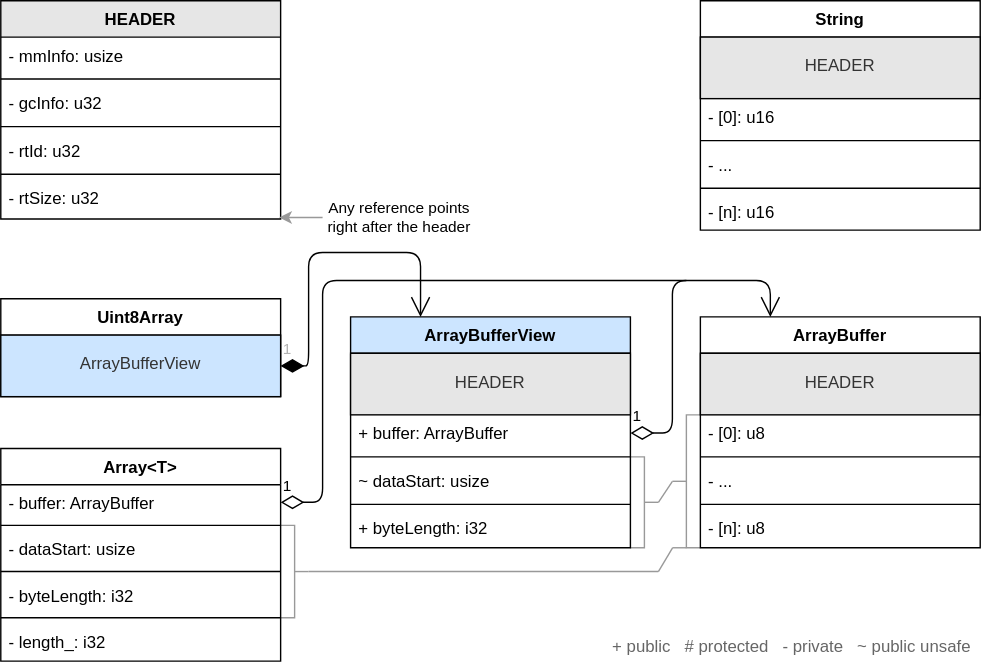
Before: .gitbook/assets/managedobjectlayout.svg, a diagram exported from draw.io (jtpio/AssemblyScript-docs). Source tidied: cells renumbered, new cells last; positions are measured from the earlier drawing's top-left corner, leaving out a move shared by most shapes.
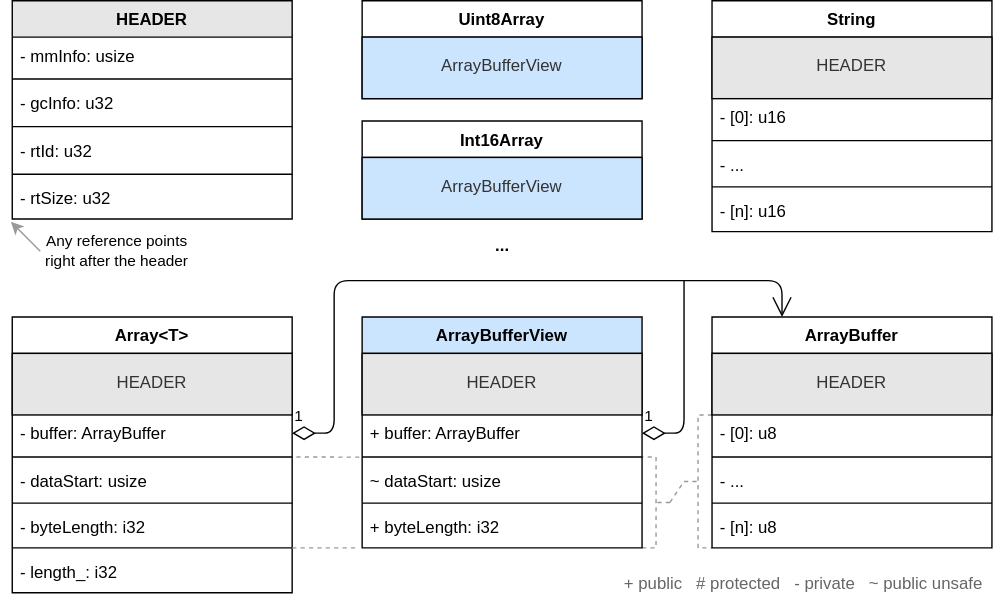
The same diagram one commit later.

Commit message:
Array HEADER

What changed in the source:
```diff
@@ -2,12 +2,11 @@
   <root>
     <mxCell id="0" />
     <mxCell id="1" parent="0" />
-    <mxCell id="2" value="1" style="endArrow=open;html=1;endSize=12;startArrow=diamondThin;startSize=14;startFill=0;edgeStyle=orthogonalEdgeStyle;align=left;verticalAlign=bottom;exitX=1;exitY=0.5;exitDx=0;exitDy=0;entryX=0.25;entryY=0;entryDx=0;entryDy=0;" parent="1" edge="1" source="30" target="35">
+    <mxCell id="2" value="1" style="endArrow=none;html=1;endSize=12;startArrow=diamondThin;startSize=14;startFill=0;edgeStyle=orthogonalEdgeStyle;align=left;verticalAlign=bottom;exitX=1;exitY=0.5;exitDx=0;exitDy=0;endFill=0;" parent="1" edge="1" source="30">
       <mxGeometry x="-1" y="3" relative="1" as="geometry">
+        <mxPoint x="480" y="200" as="targetPoint" />
         <Array as="points">
           <mxPoint x="480" y="309" />
-          <mxPoint x="480" y="200" />
-          <mxPoint x="550" y="200" />
         </Array>
       </mxGeometry>
     </mxCell>
@@ -35,17 +34,8 @@
     <mxCell id="10" value="- rtSize: u32" style="text;strokeColor=none;fillColor=none;align=left;verticalAlign=top;spacingLeft=4;spacingRight=4;overflow=hidden;points=[[0,0.5],[1,0.5]];portConstraint=eastwest;" parent="3" vertex="1">
       <mxGeometry y="128" width="200" height="28" as="geometry" />
     </mxCell>
-    <mxCell id="11" value="1" style="endArrow=open;html=1;endSize=12;startArrow=diamondThin;startSize=14;startFill=1;edgeStyle=orthogonalEdgeStyle;align=left;verticalAlign=bottom;fontSize=11;fontColor=#B3B3B3;entryX=0.25;entryY=0;entryDx=0;entryDy=0;exitX=1;exitY=0.5;exitDx=0;exitDy=0;" parent="1" edge="1" source="43" target="28">
-      <mxGeometry x="-1" y="3" relative="1" as="geometry">
-        <Array as="points">
-          <mxPoint x="220" y="261" />
-          <mxPoint x="220" y="180" />
-          <mxPoint x="300" y="180" />
-        </Array>
-      </mxGeometry>
-    </mxCell>
     <mxCell id="12" value="String" style="swimlane;fontStyle=1;align=center;verticalAlign=top;horizontal=1;startSize=26;strokeColor=#000000;" parent="1" vertex="1">
-      <mxGeometry x="500" width="200" height="164" as="geometry" />
+      <mxGeometry x="500" width="200" height="165" as="geometry" />
     </mxCell>
     <mxCell id="13" value="HEADER" style="text;strokeColor=#000000;fillColor=#E6E6E6;align=center;verticalAlign=top;spacingLeft=4;spacingRight=4;overflow=hidden;fontColor=#333333;fontStyle=0;spacingTop=7;" parent="12" vertex="1">
       <mxGeometry y="26" width="200" height="44" as="geometry" />
@@ -57,46 +47,38 @@
       <mxGeometry y="96" width="200" height="8" as="geometry" />
     </mxCell>
     <mxCell id="16" value="- ..." style="text;strokeColor=none;fillColor=none;align=left;verticalAlign=top;spacingLeft=4;spacingRight=4;overflow=hidden;" parent="12" vertex="1">
-      <mxGeometry y="104" width="200" height="26" as="geometry" />
+      <mxGeometry y="104" width="200" height="25" as="geometry" />
     </mxCell>
     <mxCell id="17" style="line;strokeWidth=1;fillColor=none;align=left;verticalAlign=middle;spacingTop=-1;spacingLeft=3;spacingRight=3;labelPosition=right;" parent="12" vertex="1">
-      <mxGeometry y="130" width="200" height="8" as="geometry" />
+      <mxGeometry y="129" width="200" height="8" as="geometry" />
     </mxCell>
     <mxCell id="18" value="- [n]: u16" style="text;strokeColor=none;fillColor=none;align=left;verticalAlign=top;spacingLeft=4;spacingRight=4;overflow=hidden;" parent="12" vertex="1">
-      <mxGeometry y="138" width="200" height="26" as="geometry" />
+      <mxGeometry y="137" width="200" height="28" as="geometry" />
     </mxCell>
-    <mxCell id="19" style="endArrow=classic;html=1;fontSize=11;fontColor=#B3B3B3;entryX=0.995;entryY=0.962;entryDx=0;entryDy=0;entryPerimeter=0;exitX=0;exitY=0.5;exitDx=0;exitDy=0;strokeColor=#999999;" parent="1" edge="1" source="20" target="10">
+    <mxCell id="19" style="endArrow=classic;html=1;fontSize=11;fontColor=#B3B3B3;entryX=-0.005;entryY=1.071;entryDx=0;entryDy=0;entryPerimeter=0;exitX=0;exitY=0.5;exitDx=0;exitDy=0;strokeColor=#999999;" parent="1" edge="1" source="20" target="10">
       <mxGeometry relative="1" as="geometry" />
     </mxCell>
     <mxCell id="20" value="Any reference points&lt;br&gt;right after the header" style="text;html=1;strokeColor=none;fillColor=none;align=center;verticalAlign=middle;whiteSpace=wrap;rounded=0;fontSize=11;fontColor=#000000;" parent="1" vertex="1">
-      <mxGeometry x="230" y="140" width="110" height="30" as="geometry" />
+      <mxGeometry x="20" y="164" width="110" height="30" as="geometry" />
     </mxCell>
-    <mxCell id="21" style="strokeWidth=1;html=1;shape=mxgraph.flowchart.annotation_2;align=left;fillColor=none;fontSize=11;strokeColor=#999999;" parent="1" vertex="1">
+    <mxCell id="21" style="strokeWidth=1;html=1;shape=mxgraph.flowchart.annotation_2;align=left;fillColor=none;fontSize=11;strokeColor=#999999;dashed=1;" parent="1" vertex="1">
       <mxGeometry x="480" y="296" width="20" height="95" as="geometry" />
     </mxCell>
-    <mxCell id="22" style="strokeWidth=1;html=1;shape=mxgraph.flowchart.annotation_2;align=left;fillColor=#f8cecc;fontSize=11;strokeColor=#999999;rotation=180;" parent="1" vertex="1">
+    <mxCell id="22" style="strokeWidth=1;html=1;shape=mxgraph.flowchart.annotation_2;align=left;fillColor=#f8cecc;fontSize=11;strokeColor=#999999;rotation=180;dashed=1;" parent="1" vertex="1">
       <mxGeometry x="450" y="326" width="20" height="65" as="geometry" />
     </mxCell>
-    <mxCell id="23" style="endArrow=none;html=1;strokeColor=#999999;strokeWidth=1;fontSize=11;fontColor=#EA6B66;entryX=0;entryY=0.5;entryDx=0;entryDy=0;entryPerimeter=0;exitX=0;exitY=0.5;exitDx=0;exitDy=0;exitPerimeter=0;" parent="1" edge="1" source="22" target="21">
+    <mxCell id="23" style="endArrow=none;html=1;strokeColor=#999999;strokeWidth=1;fontSize=11;fontColor=#EA6B66;entryX=0;entryY=0.5;entryDx=0;entryDy=0;entryPerimeter=0;exitX=0;exitY=0.5;exitDx=0;exitDy=0;exitPerimeter=0;dashed=1;" parent="1" edge="1" source="22" target="21">
       <mxGeometry relative="1" as="geometry" />
     </mxCell>
-    <mxCell id="24" style="strokeWidth=1;html=1;shape=mxgraph.flowchart.annotation_2;align=left;fillColor=none;fontSize=11;strokeColor=#999999;rotation=180;" parent="1" vertex="1">
-      <mxGeometry x="200" y="375" width="20" height="66" as="geometry" />
-    </mxCell>
-    <mxCell id="25" style="endArrow=none;html=1;strokeColor=#999999;strokeWidth=1;fontSize=11;fontColor=#EA6B66;exitX=0;exitY=0.5;exitDx=0;exitDy=0;exitPerimeter=0;" parent="1" edge="1" source="24">
-      <mxGeometry relative="1" as="geometry">
-        <mxPoint x="470" y="408" as="targetPoint" />
-      </mxGeometry>
-    </mxCell>
     <mxCell id="26" value="+ public&amp;nbsp; &amp;nbsp;# protected&amp;nbsp; &amp;nbsp;- private&amp;nbsp; &amp;nbsp;~ public unsafe" style="text;html=1;align=center;verticalAlign=middle;fontColor=#666666;" parent="1" vertex="1">
-      <mxGeometry x="430" y="452" width="270" height="20" as="geometry" />
+      <mxGeometry x="430" y="407" width="270" height="20" as="geometry" />
     </mxCell>
-    <mxCell id="27" value="1" style="endArrow=none;html=1;endSize=12;startArrow=diamondThin;startSize=14;startFill=0;edgeStyle=orthogonalEdgeStyle;align=left;verticalAlign=bottom;exitX=1;exitY=0.5;exitDx=0;exitDy=0;endFill=0;" parent="1" edge="1" source="45">
+    <mxCell id="27" value="1" style="endArrow=open;html=1;endSize=12;startArrow=diamondThin;startSize=14;startFill=0;edgeStyle=orthogonalEdgeStyle;align=left;verticalAlign=bottom;exitX=1;exitY=0.5;exitDx=0;exitDy=0;endFill=0;entryX=0.25;entryY=0;entryDx=0;entryDy=0;" parent="1" edge="1" source="45" target="35">
       <mxGeometry x="-1" y="3" relative="1" as="geometry">
-        <mxPoint x="490" y="200" as="targetPoint" />
         <Array as="points">
-          <mxPoint x="230" y="359" />
+          <mxPoint x="230" y="309" />
           <mxPoint x="230" y="200" />
+          <mxPoint x="550" y="200" />
         </Array>
       </mxGeometry>
     </mxCell>
@@ -113,13 +95,13 @@
       <mxGeometry y="96" width="200" height="8" as="geometry" />
     </mxCell>
     <mxCell id="32" value="~ dataStart: usize" style="text;strokeColor=none;fillColor=none;align=left;verticalAlign=top;spacingLeft=4;spacingRight=4;overflow=hidden;points=[[0,0.5],[1,0.5]];portConstraint=eastwest;fontStyle=0;fontColor=#000000;" parent="28" vertex="1">
-      <mxGeometry y="104" width="200" height="26" as="geometry" />
+      <mxGeometry y="104" width="200" height="25" as="geometry" />
     </mxCell>
     <mxCell id="33" style="line;strokeWidth=1;fillColor=none;align=left;verticalAlign=middle;spacingTop=-1;spacingLeft=3;spacingRight=3;labelPosition=right;" parent="28" vertex="1">
-      <mxGeometry y="130" width="200" height="8" as="geometry" />
+      <mxGeometry y="129" width="200" height="8" as="geometry" />
     </mxCell>
     <mxCell id="34" value="+ byteLength: i32" style="text;strokeColor=none;fillColor=none;align=left;verticalAlign=top;spacingLeft=4;spacingRight=4;overflow=hidden;fontStyle=0;" parent="28" vertex="1">
-      <mxGeometry y="138" width="200" height="27" as="geometry" />
+      <mxGeometry y="137" width="200" height="28" as="geometry" />
     </mxCell>
     <mxCell id="35" value="ArrayBuffer" style="swimlane;fontStyle=1;align=center;verticalAlign=top;horizontal=1;startSize=26;strokeColor=#000000;" parent="1" vertex="1">
       <mxGeometry x="500" y="226" width="200" height="165" as="geometry" />
@@ -134,54 +116,64 @@
       <mxGeometry y="96" width="200" height="8" as="geometry" />
     </mxCell>
     <mxCell id="39" value="- ..." style="text;strokeColor=none;fillColor=none;align=left;verticalAlign=top;spacingLeft=4;spacingRight=4;overflow=hidden;" parent="35" vertex="1">
-      <mxGeometry y="104" width="200" height="26" as="geometry" />
+      <mxGeometry y="104" width="200" height="25" as="geometry" />
     </mxCell>
     <mxCell id="40" style="line;strokeWidth=1;fillColor=none;align=left;verticalAlign=middle;spacingTop=-1;spacingLeft=3;spacingRight=3;labelPosition=right;" parent="35" vertex="1">
-      <mxGeometry y="130" width="200" height="8" as="geometry" />
+      <mxGeometry y="129" width="200" height="8" as="geometry" />
     </mxCell>
     <mxCell id="41" value="- [n]: u8" style="text;strokeColor=none;fillColor=none;align=left;verticalAlign=top;spacingLeft=4;spacingRight=4;overflow=hidden;" parent="35" vertex="1">
-      <mxGeometry y="138" width="200" height="27" as="geometry" />
+      <mxGeometry y="137" width="200" height="28" as="geometry" />
     </mxCell>
     <mxCell id="42" value="Uint8Array" style="swimlane;fontStyle=1;align=center;verticalAlign=top;horizontal=1;startSize=26;strokeColor=#000000;" parent="1" vertex="1">
-      <mxGeometry y="213" width="200" height="70" as="geometry" />
+      <mxGeometry x="250" width="200" height="70" as="geometry" />
     </mxCell>
     <mxCell id="43" value="ArrayBufferView" style="text;strokeColor=#000000;fillColor=#CCE5FF;align=center;verticalAlign=top;spacingLeft=4;spacingRight=4;overflow=hidden;points=[[0,0.5],[1,0.5]];portConstraint=eastwest;fontColor=#333333;fontStyle=0;spacingTop=7;" parent="42" vertex="1">
       <mxGeometry y="26" width="200" height="44" as="geometry" />
     </mxCell>
+    <mxCell id="54" value="Int16Array" style="swimlane;fontStyle=1;align=center;verticalAlign=top;horizontal=1;startSize=26;strokeColor=#000000;" parent="1" vertex="1">
+      <mxGeometry x="250" y="86" width="200" height="70" as="geometry" />
+    </mxCell>
+    <mxCell id="55" value="ArrayBufferView" style="text;strokeColor=#000000;fillColor=#CCE5FF;align=center;verticalAlign=top;spacingLeft=4;spacingRight=4;overflow=hidden;fontColor=#333333;fontStyle=0;spacingTop=7;" parent="54" vertex="1">
+      <mxGeometry y="26" width="200" height="44" as="geometry" />
+    </mxCell>
     <mxCell id="44" value="Array&lt;T&gt;" style="swimlane;fontStyle=1;align=center;verticalAlign=top;horizontal=1;startSize=26;strokeColor=#000000;" parent="1" vertex="1">
-      <mxGeometry y="320" width="200" height="152" as="geometry" />
+      <mxGeometry y="226" width="200" height="197" as="geometry" />
     </mxCell>
+    <mxCell id="56" value="HEADER" style="text;strokeColor=#000000;fillColor=#E6E6E6;align=center;verticalAlign=top;spacingLeft=4;spacingRight=4;overflow=hidden;fontColor=#333333;fontStyle=0;spacingTop=7;" parent="44" vertex="1">
+      <mxGeometry y="26" width="200" height="44" as="geometry" />
+    </mxCell>
     <mxCell id="45" value="- buffer: ArrayBuffer" style="text;strokeColor=none;fillColor=none;align=left;verticalAlign=top;spacingLeft=4;spacingRight=4;overflow=hidden;points=[[0,0.5],[1,0.5]];portConstraint=eastwest;fontStyle=0;" parent="44" vertex="1">
-      <mxGeometry y="26" width="200" height="25" as="geometry" />
+      <mxGeometry y="70" width="200" height="26" as="geometry" />
     </mxCell>
     <mxCell id="46" style="line;strokeWidth=1;fillColor=none;align=left;verticalAlign=middle;spacingTop=-1;spacingLeft=3;spacingRight=3;labelPosition=right;" parent="44" vertex="1">
-      <mxGeometry y="51" width="200" height="8" as="geometry" />
+      <mxGeometry y="96" width="200" height="8" as="geometry" />
     </mxCell>
     <mxCell id="47" value="- dataStart: usize" style="text;strokeColor=none;fillColor=none;align=left;verticalAlign=top;spacingLeft=4;spacingRight=4;overflow=hidden;points=[[0,0.5],[1,0.5]];portConstraint=eastwest;fontStyle=0;" parent="44" vertex="1">
-      <mxGeometry y="59" width="200" height="25" as="geometry" />
+      <mxGeometry y="104" width="200" height="25" as="geometry" />
     </mxCell>
     <mxCell id="48" style="line;strokeWidth=1;fillColor=none;align=left;verticalAlign=middle;spacingTop=-1;spacingLeft=3;spacingRight=3;labelPosition=right;" parent="44" vertex="1">
-      <mxGeometry y="84" width="200" height="8" as="geometry" />
+      <mxGeometry y="129" width="200" height="8" as="geometry" />
     </mxCell>
     <mxCell id="49" value="- byteLength: i32" style="text;strokeColor=none;fillColor=none;align=left;verticalAlign=top;spacingLeft=4;spacingRight=4;overflow=hidden;fontStyle=0;" parent="44" vertex="1">
-      <mxGeometry y="92" width="200" height="25" as="geometry" />
+      <mxGeometry y="137" width="200" height="24" as="geometry" />
     </mxCell>
     <mxCell id="50" style="line;strokeWidth=1;fillColor=none;align=left;verticalAlign=middle;spacingTop=-1;spacingLeft=3;spacingRight=3;labelPosition=right;" parent="44" vertex="1">
-      <mxGeometry y="117" width="200" height="8" as="geometry" />
+      <mxGeometry y="161" width="200" height="8" as="geometry" />
     </mxCell>
     <mxCell id="51" value="- length_: i32" style="text;strokeColor=none;fillColor=none;align=left;verticalAlign=top;spacingLeft=4;spacingRight=4;overflow=hidden;fontStyle=0;" parent="44" vertex="1">
-      <mxGeometry y="125" width="200" height="27" as="geometry" />
+      <mxGeometry y="169" width="200" height="28" as="geometry" />
     </mxCell>
-    <mxCell id="52" style="endArrow=none;html=1;strokeColor=#999999;strokeWidth=1;fontSize=11;fontColor=#EA6B66;entryX=0.006;entryY=1.001;entryDx=0;entryDy=0;entryPerimeter=0;" parent="1" edge="1" target="21">
-      <mxGeometry relative="1" as="geometry">
-        <mxPoint x="470" y="408" as="sourcePoint" />
-      </mxGeometry>
-    </mxCell>
-    <mxCell id="53" style="endArrow=none;html=1;strokeColor=#999999;strokeWidth=1;fontSize=11;fontColor=#EA6B66;" parent="1" edge="1">
-      <mxGeometry relative="1" as="geometry">
-        <mxPoint x="490" y="391" as="sourcePoint" />
-        <mxPoint x="480" y="391" as="targetPoint" />
-      </mxGeometry>
-    </mxCell>
+    <mxCell id="57" style="endArrow=none;html=1;strokeColor=#999999;strokeWidth=1;fontSize=11;fontColor=#EA6B66;entryX=0;entryY=-0.154;entryDx=0;entryDy=0;entryPerimeter=0;exitX=1.015;exitY=-0.16;exitDx=0;exitDy=0;exitPerimeter=0;dashed=1;" parent="1" edge="1" source="47" target="32">
+      <mxGeometry relative="1" as="geometry" />
+    </mxCell>
+    <mxCell id="58" style="endArrow=none;html=1;strokeColor=#999999;strokeWidth=1;fontSize=11;fontColor=#EA6B66;entryX=0;entryY=-0.154;entryDx=0;entryDy=0;entryPerimeter=0;exitX=1.015;exitY=-0.16;exitDx=0;exitDy=0;exitPerimeter=0;dashed=1;" parent="1" edge="1">
+      <mxGeometry relative="1" as="geometry">
+        <mxPoint x="200" y="391" as="sourcePoint" />
+        <mxPoint x="247" y="391" as="targetPoint" />
+      </mxGeometry>
+    </mxCell>
+    <mxCell id="59" value="..." style="text;html=1;align=center;verticalAlign=middle;fontColor=#000000;fontStyle=1;" parent="1" vertex="1">
+      <mxGeometry x="335" y="165" width="30" height="20" as="geometry" />
+    </mxCell>
   </root>
 </mxGraphModel>
```
